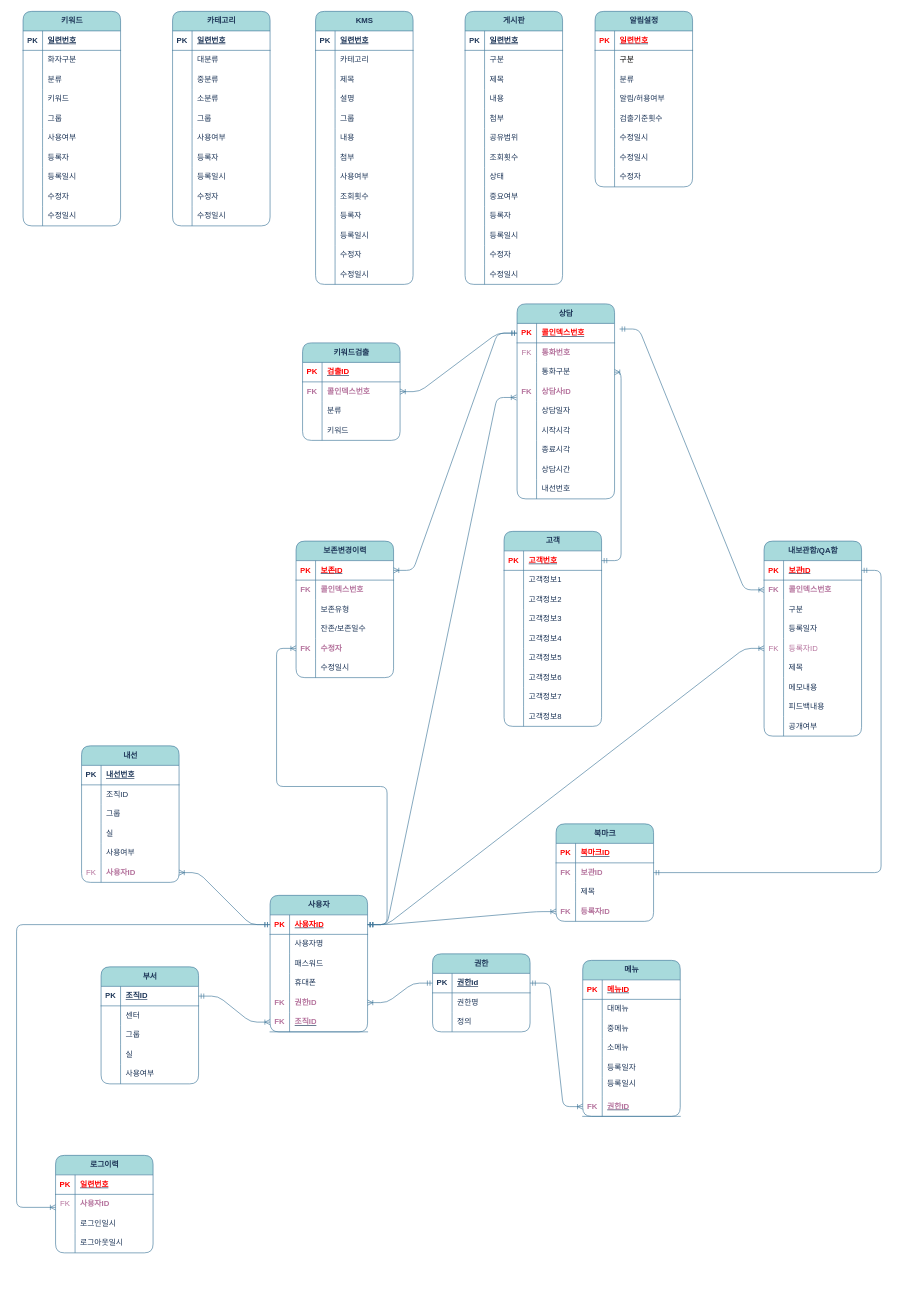
Above: page "페이지-3" (3 of 3) of 제목 없는 다이어그램.drawio in wishholic/ERD (draw.io), before the change. Source tidied: cells renumbered, new cells numbered last; positions are measured from the earlier drawing's top-left corner, leaving out a move shared by most shapes. Both pictures are drawn from the tidied source at 65%, with x=0, y=0 at pixel (16, 11).
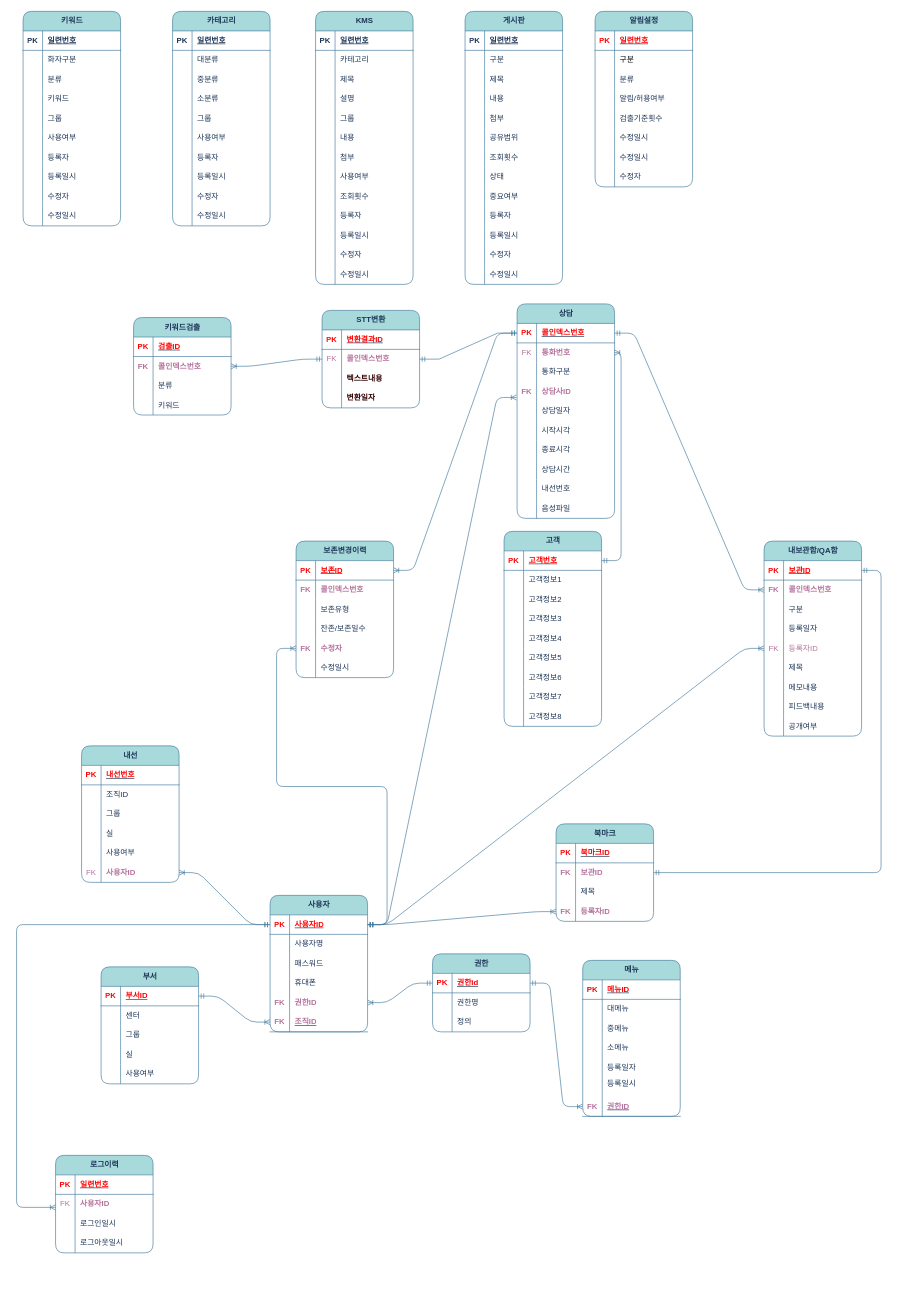
After the change.

Commit message:
제목 없는 다이어그램.drawio 업데이트

Unchanged cells that the change refers to:
```xml
<mxCell id="3" style="shape=tableRow;horizontal=0;startSize=0;swimlaneHead=0;swimlaneBody=0;fillColor=none;points=[[0,0.5],[1,0.5]];portConstraint=eastwest;top=0;left=0;right=0;bottom=1;rounded=1;labelBackgroundColor=none;strokeColor=#457B9D;fontColor=#1D3557;" parent="2" vertex="1">
  <mxGeometry y="30" width="150" height="30" as="geometry" />
</mxCell>
<mxCell id="34" style="shape=tableRow;horizontal=0;startSize=0;swimlaneHead=0;swimlaneBody=0;fillColor=none;top=0;left=0;right=0;bottom=1;rounded=1;labelBackgroundColor=none;strokeColor=#457B9D;fontColor=#1D3557;" parent="33" vertex="1">
  <mxGeometry y="30" width="150" height="30" as="geometry" />
</mxCell>
<mxCell id="50" style="shape=tableRow;horizontal=0;startSize=0;swimlaneHead=0;swimlaneBody=0;fillColor=none;top=0;left=0;right=0;bottom=1;rounded=1;labelBackgroundColor=none;strokeColor=#457B9D;fontColor=#1D3557;" parent="49" vertex="1">
  <mxGeometry y="30" width="150" height="30" as="geometry" />
</mxCell>
<mxCell id="94" style="shape=tableRow;horizontal=0;startSize=0;swimlaneHead=0;swimlaneBody=0;fillColor=none;points=[[0,0.5],[1,0.5]];portConstraint=eastwest;top=0;left=0;right=0;bottom=1;rounded=1;labelBackgroundColor=none;strokeColor=#457B9D;fontColor=#1D3557;" parent="93" vertex="1">
  <mxGeometry y="30" width="150" height="30" as="geometry" />
</mxCell>
<mxCell id="97" style="shape=tableRow;horizontal=0;startSize=0;swimlaneHead=0;swimlaneBody=0;fillColor=none;points=[[0,0.5],[1,0.5]];portConstraint=eastwest;top=0;left=0;right=0;bottom=0;rounded=1;labelBackgroundColor=none;strokeColor=#457B9D;fontColor=#1D3557;" parent="93" vertex="1">
  <mxGeometry y="60" width="150" height="30" as="geometry" />
</mxCell>
<mxCell id="100" style="shape=tableRow;horizontal=0;startSize=0;swimlaneHead=0;swimlaneBody=0;fillColor=none;points=[[0,0.5],[1,0.5]];portConstraint=eastwest;top=0;left=0;right=0;bottom=0;rounded=1;labelBackgroundColor=none;strokeColor=#457B9D;fontColor=#1D3557;" parent="93" vertex="1">
  <mxGeometry y="90" width="150" height="30" as="geometry" />
</mxCell>
<mxCell id="126" style="shape=tableRow;horizontal=0;startSize=0;swimlaneHead=0;swimlaneBody=0;fillColor=none;points=[[0,0.5],[1,0.5]];portConstraint=eastwest;top=0;left=0;right=0;bottom=0;rounded=1;labelBackgroundColor=none;strokeColor=#457B9D;fontColor=#1D3557;" parent="122" vertex="1">
  <mxGeometry y="60" width="150" height="30" as="geometry" />
</mxCell>
<mxCell id="155" style="shape=tableRow;horizontal=0;startSize=0;swimlaneHead=0;swimlaneBody=0;fillColor=none;points=[[0,0.5],[1,0.5]];portConstraint=eastwest;top=0;left=0;right=0;bottom=0;rounded=1;labelBackgroundColor=none;strokeColor=#457B9D;fontColor=#1D3557;" parent="151" vertex="1">
  <mxGeometry y="60" width="150" height="30" as="geometry" />
</mxCell>
<mxCell id="202" style="shape=tableRow;horizontal=0;startSize=0;swimlaneHead=0;swimlaneBody=0;fillColor=none;points=[[0,0.5],[1,0.5]];portConstraint=eastwest;top=0;left=0;right=0;bottom=1;rounded=1;labelBackgroundColor=none;strokeColor=#457B9D;fontColor=#1D3557;" parent="201" vertex="1">
  <mxGeometry y="30" width="150" height="30" as="geometry" />
</mxCell>
```

The edit, as a diff of the source:
```diff
@@
-    <mxCell id="4" value="PK" style="shape=partialRectangle;fillColor=none;top=0;left=0;bottom=0;right=0;fontStyle=1;overflow=hidden;whiteSpace=wrap;html=1;rounded=1;labelBackgroundColor=none;strokeColor=#457B9D;fontColor=#1D3557;" parent="3" vertex="1">
+    <mxCell id="4" value="&lt;font color=&quot;#ff0000&quot;&gt;PK&lt;/font&gt;" style="shape=partialRectangle;fillColor=none;top=0;left=0;bottom=0;right=0;fontStyle=1;overflow=hidden;whiteSpace=wrap;html=1;rounded=1;labelBackgroundColor=none;strokeColor=#457B9D;fontColor=#1D3557;" parent="3" vertex="1">
       <mxGeometry width="30" height="30" as="geometry" />
     </mxCell>
-    <mxCell id="5" value="권한id" style="shape=partialRectangle;fillColor=none;top=0;left=0;bottom=0;right=0;align=left;spacingLeft=6;fontStyle=5;overflow=hidden;whiteSpace=wrap;html=1;rounded=1;labelBackgroundColor=none;strokeColor=#457B9D;fontColor=#1D3557;" parent="3" vertex="1">
+    <mxCell id="5" value="&lt;font color=&quot;#ff0000&quot;&gt;권한id&lt;/font&gt;" style="shape=partialRectangle;fillColor=none;top=0;left=0;bottom=0;right=0;align=left;spacingLeft=6;fontStyle=5;overflow=hidden;whiteSpace=wrap;html=1;rounded=1;labelBackgroundColor=none;strokeColor=#457B9D;fontColor=#1D3557;" parent="3" vertex="1">
       <mxGeometry x="30" width="120" height="30" as="geometry" />
     </mxCell>
@@
-    <mxCell id="35" value="PK" style="shape=partialRectangle;fillColor=none;top=0;left=0;bottom=0;right=0;fontStyle=1;overflow=hidden;whiteSpace=wrap;html=1;rounded=1;labelBackgroundColor=none;strokeColor=#457B9D;fontColor=#1D3557;" parent="34" vertex="1">
+    <mxCell id="35" value="&lt;font color=&quot;#ff0000&quot;&gt;PK&lt;/font&gt;" style="shape=partialRectangle;fillColor=none;top=0;left=0;bottom=0;right=0;fontStyle=1;overflow=hidden;whiteSpace=wrap;html=1;rounded=1;labelBackgroundColor=none;strokeColor=#457B9D;fontColor=#1D3557;" parent="34" vertex="1">
       <mxGeometry width="30" height="30" as="geometry" />
     </mxCell>
-    <mxCell id="36" value="조직ID" style="shape=partialRectangle;fillColor=none;top=0;left=0;bottom=0;right=0;align=left;spacingLeft=6;fontStyle=5;overflow=hidden;whiteSpace=wrap;html=1;rounded=1;labelBackgroundColor=none;strokeColor=#457B9D;fontColor=#1D3557;" parent="34" vertex="1">
+    <mxCell id="36" value="&lt;font color=&quot;#ff0000&quot;&gt;부서ID&lt;/font&gt;" style="shape=partialRectangle;fillColor=none;top=0;left=0;bottom=0;right=0;align=left;spacingLeft=6;fontStyle=5;overflow=hidden;whiteSpace=wrap;html=1;rounded=1;labelBackgroundColor=none;strokeColor=#FF0000;fontColor=#1D3557;" parent="34" vertex="1">
       <mxGeometry x="30" width="120" height="30" as="geometry" />
     </mxCell>
@@
-    <mxCell id="51" value="PK" style="shape=partialRectangle;fillColor=none;top=0;left=0;bottom=0;right=0;fontStyle=1;overflow=hidden;whiteSpace=wrap;html=1;rounded=1;labelBackgroundColor=none;strokeColor=#457B9D;fontColor=#1D3557;" parent="50" vertex="1">
+    <mxCell id="51" value="&lt;font color=&quot;#ff0000&quot;&gt;PK&lt;/font&gt;" style="shape=partialRectangle;fillColor=none;top=0;left=0;bottom=0;right=0;fontStyle=1;overflow=hidden;whiteSpace=wrap;html=1;rounded=1;labelBackgroundColor=none;strokeColor=#457B9D;fontColor=#1D3557;" parent="50" vertex="1">
       <mxGeometry width="30" height="30" as="geometry" />
     </mxCell>
-    <mxCell id="52" value="내선번호" style="shape=partialRectangle;fillColor=none;top=0;left=0;bottom=0;right=0;align=left;spacingLeft=6;fontStyle=5;overflow=hidden;whiteSpace=wrap;html=1;rounded=1;labelBackgroundColor=none;strokeColor=#457B9D;fontColor=#1D3557;" parent="50" vertex="1">
+    <mxCell id="52" value="&lt;font color=&quot;#ff0000&quot;&gt;내선번호&lt;/font&gt;" style="shape=partialRectangle;fillColor=none;top=0;left=0;bottom=0;right=0;align=left;spacingLeft=6;fontStyle=5;overflow=hidden;whiteSpace=wrap;html=1;rounded=1;labelBackgroundColor=none;strokeColor=#457B9D;fontColor=#1D3557;" parent="50" vertex="1">
       <mxGeometry x="30" width="120" height="30" as="geometry" />
     </mxCell>
@@
     <mxCell id="93" value="상담" style="shape=table;startSize=30;childLayout=tableLayout;rowLines=0;fontStyle=1;align=center;html=1;fillColor=#A8DADC;strokeColor=#457B9D;rounded=1;labelBackgroundColor=none;fontColor=#1D3557;" parent="1" vertex="1">
-      <mxGeometry x="770" y="450" width="150" height="300" as="geometry" />
+      <mxGeometry x="770" y="450" width="150" height="330" as="geometry" />
     </mxCell>
@@
+    <mxCell id="412" style="shape=tableRow;horizontal=0;startSize=0;swimlaneHead=0;swimlaneBody=0;fillColor=none;top=0;left=0;right=0;bottom=0;rounded=1;labelBackgroundColor=none;strokeColor=#457B9D;fontColor=#1D3557;" parent="93" vertex="1">
+      <mxGeometry y="300" width="150" height="30" as="geometry" />
+    </mxCell>
+    <mxCell id="413" style="shape=partialRectangle;fillColor=none;top=0;left=0;bottom=0;right=0;overflow=hidden;whiteSpace=wrap;html=1;rounded=1;labelBackgroundColor=none;strokeColor=#457B9D;fontColor=#1D3557;" parent="412" vertex="1">
+      <mxGeometry width="30" height="30" as="geometry" />
+    </mxCell>
+    <mxCell id="414" value="음성파일" style="shape=partialRectangle;fillColor=none;top=0;left=0;bottom=0;right=0;align=left;spacingLeft=6;overflow=hidden;whiteSpace=wrap;html=1;rounded=1;labelBackgroundColor=none;strokeColor=#457B9D;fontColor=#1D3557;" parent="412" vertex="1">
+      <mxGeometry x="30" width="120" height="30" as="geometry" />
+    </mxCell>
@@
-    <mxCell id="150" style="edgeStyle=entityRelationEdgeStyle;fontSize=12;html=1;endArrow=ERoneToMany;startArrow=ERmandOne;rounded=1;fontFamily=Helvetica;fontColor=default;fontStyle=1;exitX=1.051;exitY=0.29;exitDx=0;exitDy=0;entryX=0;entryY=0.5;entryDx=0;entryDy=0;labelBackgroundColor=none;strokeColor=#457B9D;exitPerimeter=0;" parent="1" edge="1" source="94" target="126">
+    <mxCell id="150" style="edgeStyle=entityRelationEdgeStyle;fontSize=12;html=1;endArrow=ERoneToMany;startArrow=ERmandOne;rounded=1;fontFamily=Helvetica;fontColor=default;fontStyle=1;exitX=1;exitY=0.5;exitDx=0;exitDy=0;entryX=0;entryY=0.5;entryDx=0;entryDy=0;labelBackgroundColor=none;strokeColor=#457B9D;" parent="1" edge="1" source="94" target="126">
       <mxGeometry relative="1" as="geometry" />
     </mxCell>
     <mxCell id="151" value="키워드검출" style="shape=table;startSize=30;childLayout=tableLayout;rowLines=0;fontStyle=1;align=center;html=1;fillColor=#A8DADC;strokeColor=#457B9D;rounded=1;labelBackgroundColor=none;fontColor=#1D3557;" parent="1" vertex="1">
-      <mxGeometry x="440" y="510" width="150" height="150" as="geometry" />
+      <mxGeometry x="180" y="471" width="150" height="150" as="geometry" />
     </mxCell>
@@
-    <mxCell id="164" style="edgeStyle=entityRelationEdgeStyle;fontSize=12;html=1;endArrow=ERoneToMany;startArrow=ERmandOne;rounded=1;strokeColor=#457B9D;fontColor=default;entryX=1;entryY=0.5;entryDx=0;entryDy=0;exitX=0;exitY=0.5;exitDx=0;exitDy=0;labelBackgroundColor=none;" parent="1" edge="1" source="94" target="155">
+    <mxCell id="164" style="edgeStyle=entityRelationEdgeStyle;fontSize=12;html=1;endArrow=ERoneToMany;startArrow=ERmandOne;rounded=1;strokeColor=#457B9D;fontColor=default;entryX=1;entryY=0.5;entryDx=0;entryDy=0;exitX=0;exitY=0.5;exitDx=0;exitDy=0;labelBackgroundColor=none;" parent="1" edge="1" source="419" target="155">
       <mxGeometry relative="1" as="geometry">
         <Array as="points">
           <mxPoint x="620" y="1130" />
         </Array>
       </mxGeometry>
     </mxCell>
@@
-    <mxCell id="230" style="edgeStyle=orthogonalEdgeStyle;fontSize=12;html=1;endArrow=ERoneToMany;startArrow=ERmandOne;rounded=1;strokeColor=#457B9D;fontColor=default;exitX=1;exitY=0.5;exitDx=0;exitDy=0;entryX=1;entryY=0.5;entryDx=0;entryDy=0;labelBackgroundColor=none;" parent="1" edge="1" source="202" target="100">
+    <mxCell id="230" style="edgeStyle=orthogonalEdgeStyle;fontSize=12;html=1;endArrow=ERoneToMany;startArrow=ERmandOne;rounded=1;strokeColor=#457B9D;fontColor=default;exitX=1;exitY=0.5;exitDx=0;exitDy=0;entryX=1;entryY=0.5;entryDx=0;entryDy=0;labelBackgroundColor=none;" parent="1" edge="1" source="202" target="97">
       <mxGeometry relative="1" as="geometry" />
     </mxCell>
@@
+    <mxCell id="415" value="STT변환" style="shape=table;startSize=30;childLayout=tableLayout;rowLines=0;fontStyle=1;align=center;html=1;fillColor=#A8DADC;strokeColor=#457B9D;rounded=1;labelBackgroundColor=none;fontColor=#1D3557;" parent="1" vertex="1">
+      <mxGeometry x="470" y="460" width="150" height="150" as="geometry" />
+    </mxCell>
+    <mxCell id="416" style="shape=tableRow;horizontal=0;startSize=0;swimlaneHead=0;swimlaneBody=0;fillColor=none;top=0;left=0;right=0;bottom=1;rounded=1;labelBackgroundColor=none;strokeColor=#457B9D;fontColor=#1D3557;" parent="415" vertex="1">
+      <mxGeometry y="30" width="150" height="30" as="geometry" />
+    </mxCell>
+    <mxCell id="417" value="&lt;font color=&quot;#ff0000&quot;&gt;PK&lt;/font&gt;" style="shape=partialRectangle;fillColor=none;top=0;left=0;bottom=0;right=0;fontStyle=1;overflow=hidden;whiteSpace=wrap;html=1;rounded=1;labelBackgroundColor=none;strokeColor=#457B9D;fontColor=#1D3557;" parent="416" vertex="1">
+      <mxGeometry width="30" height="30" as="geometry" />
+    </mxCell>
+    <mxCell id="418" value="&lt;font color=&quot;#ff0000&quot;&gt;변환결과ID&lt;/font&gt;" style="shape=partialRectangle;fillColor=none;top=0;left=0;bottom=0;right=0;align=left;spacingLeft=6;fontStyle=5;overflow=hidden;whiteSpace=wrap;html=1;rounded=1;labelBackgroundColor=none;strokeColor=#457B9D;fontColor=#1D3557;" parent="416" vertex="1">
+      <mxGeometry x="30" width="120" height="30" as="geometry" />
+    </mxCell>
+    <mxCell id="419" style="shape=tableRow;horizontal=0;startSize=0;swimlaneHead=0;swimlaneBody=0;fillColor=none;points=[[0,0.5],[1,0.5]];portConstraint=eastwest;top=0;left=0;right=0;bottom=0;rounded=1;labelBackgroundColor=none;strokeColor=#457B9D;fontColor=#1D3557;" parent="415" vertex="1">
+      <mxGeometry y="60" width="150" height="30" as="geometry" />
+    </mxCell>
+    <mxCell id="420" value="&lt;font color=&quot;#b5739d&quot;&gt;FK&lt;/font&gt;" style="shape=partialRectangle;fillColor=none;top=0;left=0;bottom=0;right=0;overflow=hidden;whiteSpace=wrap;html=1;rounded=1;labelBackgroundColor=none;strokeColor=#457B9D;fontColor=#1D3557;" parent="419" vertex="1">
+      <mxGeometry width="30" height="30" as="geometry" />
+    </mxCell>
+    <mxCell id="421" value="&lt;b style=&quot;&quot;&gt;&lt;font color=&quot;#b5739d&quot;&gt;콜인덱스번호&lt;/font&gt;&lt;/b&gt;" style="shape=partialRectangle;fillColor=none;top=0;left=0;bottom=0;right=0;align=left;spacingLeft=6;overflow=hidden;whiteSpace=wrap;html=1;rounded=1;labelBackgroundColor=none;strokeColor=#457B9D;fontColor=#1D3557;" parent="419" vertex="1">
+      <mxGeometry x="30" width="120" height="30" as="geometry" />
+    </mxCell>
+    <mxCell id="422" style="shape=tableRow;horizontal=0;startSize=0;swimlaneHead=0;swimlaneBody=0;fillColor=none;top=0;left=0;right=0;bottom=0;rounded=1;labelBackgroundColor=none;strokeColor=#457B9D;fontColor=#1D3557;" parent="415" vertex="1">
+      <mxGeometry y="90" width="150" height="30" as="geometry" />
+    </mxCell>
+    <mxCell id="423" style="shape=partialRectangle;fillColor=none;top=0;left=0;bottom=0;right=0;overflow=hidden;whiteSpace=wrap;html=1;rounded=1;labelBackgroundColor=none;strokeColor=#457B9D;fontColor=#1D3557;" parent="422" vertex="1">
+      <mxGeometry width="30" height="30" as="geometry" />
+    </mxCell>
+    <mxCell id="424" value="&lt;font color=&quot;#330000&quot;&gt;&lt;b&gt;텍스트내용&lt;/b&gt;&lt;/font&gt;" style="shape=partialRectangle;fillColor=none;top=0;left=0;bottom=0;right=0;align=left;spacingLeft=6;overflow=hidden;whiteSpace=wrap;html=1;rounded=1;labelBackgroundColor=none;strokeColor=#457B9D;fontColor=#1D3557;" parent="422" vertex="1">
+      <mxGeometry x="30" width="120" height="30" as="geometry" />
+    </mxCell>
+    <mxCell id="425" style="shape=tableRow;horizontal=0;startSize=0;swimlaneHead=0;swimlaneBody=0;fillColor=none;top=0;left=0;right=0;bottom=0;rounded=1;labelBackgroundColor=none;strokeColor=#457B9D;fontColor=#1D3557;" parent="415" vertex="1">
+      <mxGeometry y="120" width="150" height="30" as="geometry" />
+    </mxCell>
+    <mxCell id="426" style="shape=partialRectangle;fillColor=none;top=0;left=0;bottom=0;right=0;overflow=hidden;whiteSpace=wrap;html=1;rounded=1;labelBackgroundColor=none;strokeColor=#457B9D;fontColor=#1D3557;" parent="425" vertex="1">
+      <mxGeometry width="30" height="30" as="geometry" />
+    </mxCell>
+    <mxCell id="427" value="&lt;b style=&quot;&quot;&gt;&lt;font color=&quot;#330000&quot;&gt;변환일자&lt;/font&gt;&lt;/b&gt;" style="shape=partialRectangle;fillColor=none;top=0;left=0;bottom=0;right=0;align=left;spacingLeft=6;overflow=hidden;whiteSpace=wrap;html=1;rounded=1;labelBackgroundColor=none;strokeColor=#457B9D;fontColor=#1D3557;" parent="425" vertex="1">
+      <mxGeometry x="30" width="120" height="30" as="geometry" />
+    </mxCell>
+    <mxCell id="428" style="edgeStyle=entityRelationEdgeStyle;fontSize=12;html=1;endArrow=ERmandOne;startArrow=ERmandOne;rounded=0;strokeColor=#457B9D;fontColor=#1D3557;fillColor=#A8DADC;entryX=0;entryY=0.5;entryDx=0;entryDy=0;exitX=1;exitY=0.5;exitDx=0;exitDy=0;" parent="1" edge="1" source="419" target="94">
+      <mxGeometry relative="1" as="geometry" />
+    </mxCell>
```
